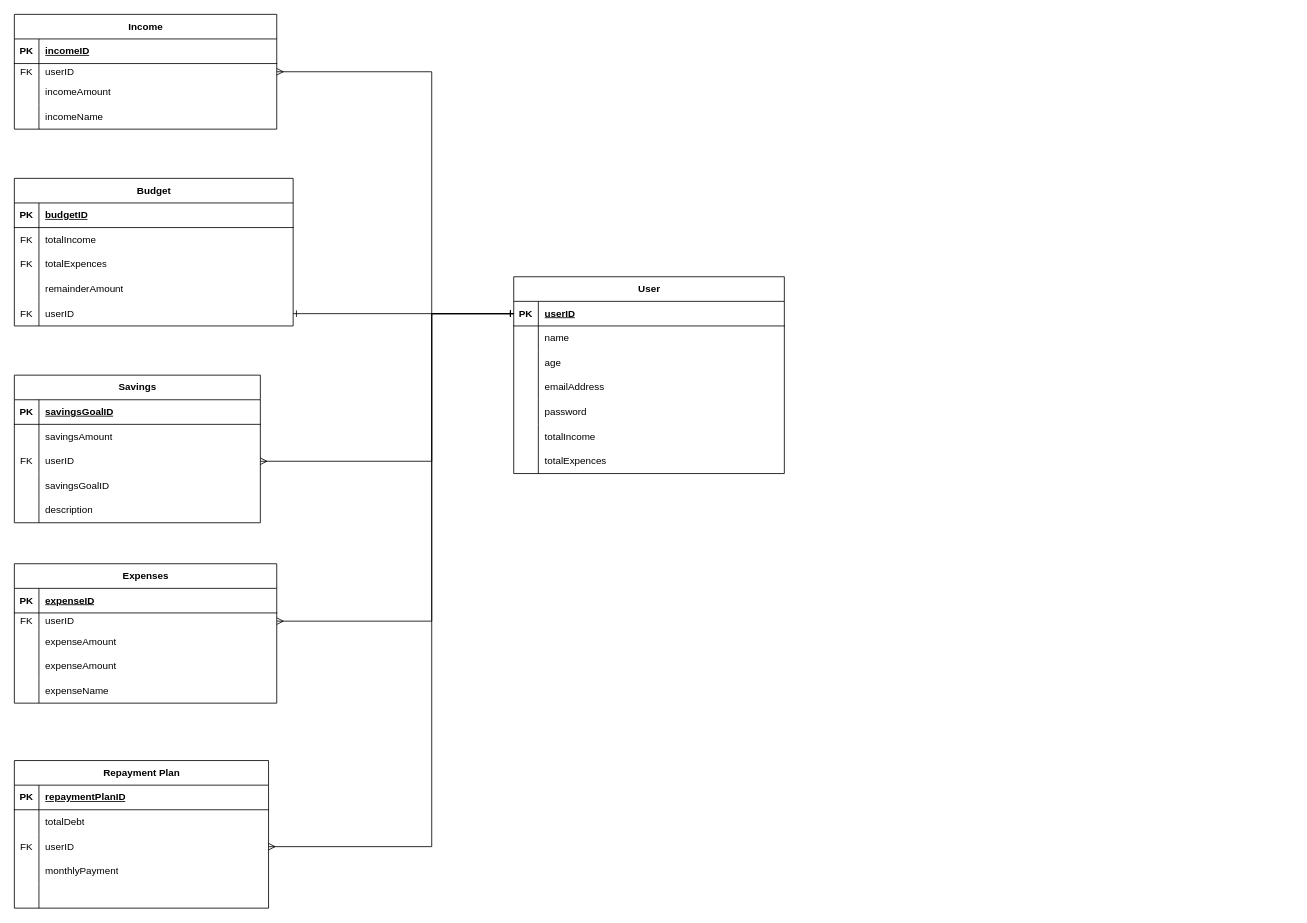
MasterShakespearian/Fall24CourseProject keeps this draw.io diagram as docs/Course Project/phase 2/ER Diagram.drawio. Above is the earlier version. Source tidied: cells renumbered, new cells numbered last; positions are measured from the earlier drawing's top-left corner, leaving out a move shared by most shapes. Both pictures are drawn from the tidied source at 82%, with x=0, y=0 at pixel (14, 14).
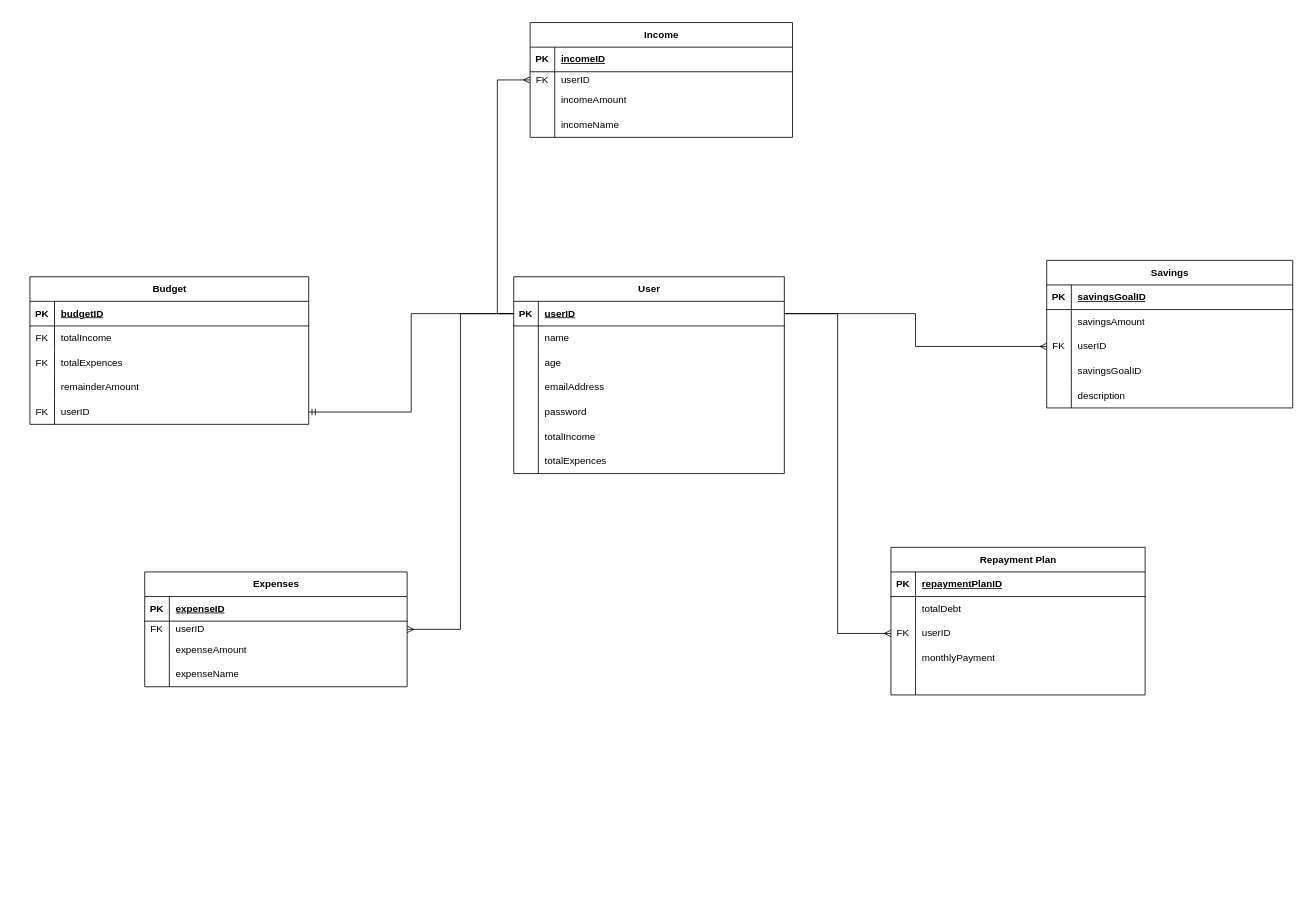
The same page after the edit.

Unchanged cells that the change refers to:
```xml
<mxCell id="6" style="shape=tableRow;horizontal=0;startSize=0;swimlaneHead=0;swimlaneBody=0;fillColor=none;points=[[0,0.5],[1,0.5]];portConstraint=eastwest;top=0;left=0;right=0;bottom=0;" parent="2" vertex="1">
  <mxGeometry y="60" width="320" height="20" as="geometry" />
</mxCell>
<mxCell id="31" style="shape=tableRow;horizontal=0;startSize=0;swimlaneHead=0;swimlaneBody=0;fillColor=none;points=[[0,0.5],[1,0.5]];portConstraint=eastwest;top=0;left=0;right=0;bottom=0;" parent="18" vertex="1">
  <mxGeometry y="150" width="340" height="30" as="geometry" />
</mxCell>
<mxCell id="41" style="shape=tableRow;horizontal=0;startSize=0;swimlaneHead=0;swimlaneBody=0;fillColor=none;points=[[0,0.5],[1,0.5]];portConstraint=eastwest;top=0;left=0;right=0;bottom=0;" parent="34" vertex="1">
  <mxGeometry y="90" width="300" height="30" as="geometry" />
</mxCell>
<mxCell id="54" style="shape=tableRow;horizontal=0;startSize=0;swimlaneHead=0;swimlaneBody=0;fillColor=none;points=[[0,0.5],[1,0.5]];portConstraint=eastwest;top=0;left=0;right=0;bottom=0;" parent="50" vertex="1">
  <mxGeometry y="60" width="320" height="20" as="geometry" />
</mxCell>
<mxCell id="70" style="shape=tableRow;horizontal=0;startSize=0;swimlaneHead=0;swimlaneBody=0;fillColor=none;points=[[0,0.5],[1,0.5]];portConstraint=eastwest;top=0;left=0;right=0;bottom=0;" parent="63" vertex="1">
  <mxGeometry y="90" width="310" height="30" as="geometry" />
</mxCell>
<mxCell id="80" style="shape=tableRow;horizontal=0;startSize=0;swimlaneHead=0;swimlaneBody=0;fillColor=none;points=[[0,0.5],[1,0.5]];portConstraint=eastwest;top=0;left=0;right=0;bottom=1;" parent="79" vertex="1">
  <mxGeometry y="30" width="330" height="30" as="geometry" />
</mxCell>
```

Diff of the diagram source:
```diff
@@
     <mxCell id="2" value="Expenses" style="shape=table;startSize=30;childLayout=tableLayout;rowLines=0;fontStyle=1;align=center;html=1;" parent="1" vertex="1">
-      <mxGeometry y="670" width="320" height="170" as="geometry" />
+      <mxGeometry x="159" y="680" width="320" height="140" as="geometry" />
     </mxCell>
@@
-    <mxCell id="9" style="shape=tableRow;horizontal=0;startSize=0;swimlaneHead=0;swimlaneBody=0;fillColor=none;top=0;left=0;right=0;bottom=0;" parent="2" vertex="1">
-      <mxGeometry y="80" width="320" height="30" as="geometry" />
-    </mxCell>
-    <mxCell id="10" style="shape=partialRectangle;fillColor=none;top=0;left=0;bottom=0;right=0;overflow=hidden;whiteSpace=wrap;html=1;" parent="9" vertex="1">
-      <mxGeometry width="30" height="30" as="geometry" />
-    </mxCell>
-    <mxCell id="11" value="expenseAmount" style="shape=partialRectangle;fillColor=none;top=0;left=0;bottom=0;right=0;align=left;spacingLeft=6;overflow=hidden;whiteSpace=wrap;html=1;" parent="9" vertex="1">
-      <mxGeometry x="30" width="290" height="30" as="geometry" />
-    </mxCell>
     <mxCell id="12" style="shape=tableRow;horizontal=0;startSize=0;swimlaneHead=0;swimlaneBody=0;fillColor=none;top=0;left=0;right=0;bottom=0;" parent="2" vertex="1">
-      <mxGeometry y="110" width="320" height="30" as="geometry" />
+      <mxGeometry y="80" width="320" height="30" as="geometry" />
     </mxCell>
@@
     <mxCell id="15" style="shape=tableRow;horizontal=0;startSize=0;swimlaneHead=0;swimlaneBody=0;fillColor=none;top=0;left=0;right=0;bottom=0;" parent="2" vertex="1">
-      <mxGeometry y="140" width="320" height="30" as="geometry" />
+      <mxGeometry y="110" width="320" height="30" as="geometry" />
     </mxCell>
@@
     <mxCell id="18" value="Budget" style="shape=table;startSize=30;childLayout=tableLayout;rowLines=0;fontStyle=1;align=center;html=1;" parent="1" vertex="1">
-      <mxGeometry y="200" width="340" height="180" as="geometry" />
+      <mxGeometry x="19" y="320" width="340" height="180" as="geometry" />
     </mxCell>
@@
     <mxCell id="34" value="Savings" style="shape=table;startSize=30;childLayout=tableLayout;rowLines=0;fontStyle=1;align=center;html=1;" parent="1" vertex="1">
-      <mxGeometry y="440" width="300" height="180" as="geometry" />
+      <mxGeometry x="1259" y="300" width="300" height="180" as="geometry" />
     </mxCell>
@@
     <mxCell id="50" value="Income" style="shape=table;startSize=30;childLayout=tableLayout;rowLines=0;fontStyle=1;align=center;html=1;" parent="1" vertex="1">
-      <mxGeometry width="320" height="140" as="geometry" />
+      <mxGeometry x="629" y="10" width="320" height="140" as="geometry" />
     </mxCell>
@@
     <mxCell id="63" value="Repayment Plan" style="shape=table;startSize=30;childLayout=tableLayout;rowLines=0;fontStyle=1;align=center;html=1;" parent="1" vertex="1">
-      <mxGeometry y="910" width="310" height="180" as="geometry" />
+      <mxGeometry x="1069" y="650" width="310" height="180" as="geometry" />
     </mxCell>
@@
+    <mxCell id="101" style="edgeStyle=orthogonalEdgeStyle;rounded=0;jettySize=auto;html=1;exitX=0;exitY=0.5;exitDx=0;exitDy=0;entryX=0;entryY=0.5;entryDx=0;entryDy=0;endArrow=ERmany;endFill=0;" parent="1" edge="1" source="80" target="54">
+      <mxGeometry relative="1" as="geometry" />
+    </mxCell>
@@
-    <mxCell id="101" style="edgeStyle=orthogonalEdgeStyle;rounded=0;jettySize=auto;html=1;exitX=0;exitY=0.5;exitDx=0;exitDy=0;entryX=1;entryY=0.5;entryDx=0;entryDy=0;endArrow=ERmany;endFill=0;startArrow=ERone;startFill=0;" parent="1" edge="1" source="80" target="54">
-      <mxGeometry relative="1" as="geometry">
-        <Array as="points">
-          <mxPoint x="509" y="365" />
-          <mxPoint x="509" y="70" />
-        </Array>
-      </mxGeometry>
-    </mxCell>
+    <mxCell id="103" style="edgeStyle=orthogonalEdgeStyle;rounded=0;jettySize=auto;html=1;exitX=1;exitY=0.5;exitDx=0;exitDy=0;entryX=0;entryY=0.5;entryDx=0;entryDy=0;endArrow=ERmany;endFill=0;" parent="1" edge="1" source="80" target="41">
+      <mxGeometry relative="1" as="geometry" />
+    </mxCell>
+    <mxCell id="105" style="edgeStyle=orthogonalEdgeStyle;rounded=0;jettySize=auto;html=1;exitX=1;exitY=0.5;exitDx=0;exitDy=0;entryX=0;entryY=0.5;entryDx=0;entryDy=0;endArrow=ERmany;endFill=0;" parent="1" edge="1" source="80" target="70">
+      <mxGeometry relative="1" as="geometry" />
+    </mxCell>
-    <mxCell id="102" style="edgeStyle=orthogonalEdgeStyle;rounded=0;jettySize=auto;html=1;exitX=0;exitY=0.5;exitDx=0;exitDy=0;endArrow=ERone;endFill=0;startArrow=ERone;startFill=0;entryX=1;entryY=0.5;entryDx=0;entryDy=0;" parent="1" edge="1" source="80" target="31">
-      <mxGeometry relative="1" as="geometry">
-        <Array as="points">
-          <mxPoint x="369" y="365" />
-          <mxPoint x="369" y="365" />
-        </Array>
-      </mxGeometry>
+    <mxCell id="102" style="edgeStyle=orthogonalEdgeStyle;rounded=0;jettySize=auto;html=1;exitX=0;exitY=0.5;exitDx=0;exitDy=0;entryX=1;entryY=0.5;entryDx=0;entryDy=0;endArrow=ERmandOne;endFill=0;" parent="1" edge="1" source="80" target="31">
+      <mxGeometry relative="1" as="geometry" />
     </mxCell>
-    <mxCell id="103" style="edgeStyle=orthogonalEdgeStyle;rounded=0;jettySize=auto;html=1;exitX=0;exitY=0.5;exitDx=0;exitDy=0;entryX=1;entryY=0.5;entryDx=0;entryDy=0;endArrow=ERmany;endFill=0;startArrow=ERone;startFill=0;" parent="1" edge="1" source="80" target="41">
-      <mxGeometry relative="1" as="geometry">
-        <Array as="points">
-          <mxPoint x="509" y="365" />
-          <mxPoint x="509" y="545" />
-        </Array>
-      </mxGeometry>
-    </mxCell>
-    <mxCell id="104" style="edgeStyle=orthogonalEdgeStyle;rounded=0;jettySize=auto;html=1;exitX=0;exitY=0.5;exitDx=0;exitDy=0;entryX=1;entryY=0.5;entryDx=0;entryDy=0;endArrow=ERmany;endFill=0;startArrow=ERone;startFill=0;" parent="1" edge="1" source="80" target="6">
-      <mxGeometry relative="1" as="geometry">
-        <Array as="points">
-          <mxPoint x="509" y="365" />
-          <mxPoint x="509" y="740" />
-        </Array>
-      </mxGeometry>
+    <mxCell id="104" style="edgeStyle=orthogonalEdgeStyle;rounded=0;jettySize=auto;html=1;exitX=0;exitY=0.5;exitDx=0;exitDy=0;entryX=1;entryY=0.5;entryDx=0;entryDy=0;endArrow=ERmany;endFill=0;" parent="1" edge="1" source="80" target="6">
+      <mxGeometry relative="1" as="geometry" />
     </mxCell>
-    <mxCell id="105" style="edgeStyle=orthogonalEdgeStyle;rounded=0;jettySize=auto;html=1;exitX=0;exitY=0.5;exitDx=0;exitDy=0;endArrow=ERmany;endFill=0;startArrow=ERone;startFill=0;entryX=1;entryY=0.5;entryDx=0;entryDy=0;" parent="1" edge="1" source="80" target="70">
-      <mxGeometry relative="1" as="geometry">
-        <Array as="points">
-          <mxPoint x="509" y="365" />
-          <mxPoint x="509" y="1015" />
-        </Array>
-      </mxGeometry>
-    </mxCell>
```
